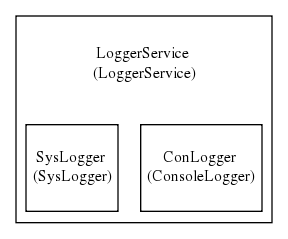
Above: Documentation/Images/FalconFastControlObjects_1.png in aneto0/Fast-Control-Falcon (Graphviz), before the change. Its source is kept beside it as Documentation/Images/FalconFastControlObjects_1.gv. The source it was exported from:
```dot
digraph G {
bgcolor=white
subgraph cluster_LoggerService {
label=<<TABLE border="0" cellborder="0"><TR><TD width="60" height="60"><font point-size="12">LoggerService <BR/>(LoggerService)</font></TD></TR></TABLE>>
LoggerServiceConLogger [margin=0, shape=record, style=filled, fillcolor=white, color=black,label=<<TABLE border="0" cellborder="0"><TR><TD width="60" height="60"><font point-size="12">ConLogger <BR/>(ConsoleLogger)</font></TD></TR></TABLE>>]
LoggerServiceSysLogger [margin=0, shape=record, style=filled, fillcolor=white, color=black,label=<<TABLE border="0" cellborder="0"><TR><TD width="60" height="60"><font point-size="12">SysLogger <BR/>(SysLogger)</font></TD></TR></TABLE>>]
}
}
```
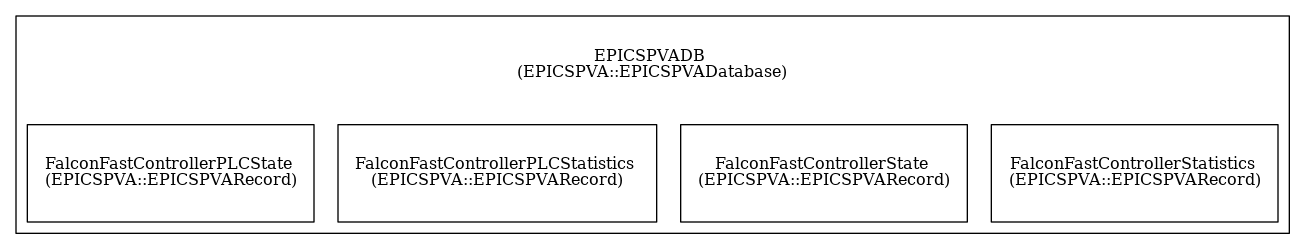
Later version of the same file.

Change to the diagram source:
```diff
@@ -1,8 +1,10 @@
 digraph G {
 bgcolor=white
-subgraph cluster_LoggerService {
-label=<<TABLE border="0" cellborder="0"><TR><TD width="60" height="60"><font point-size="12">LoggerService <BR/>(LoggerService)</font></TD></TR></TABLE>>
-LoggerServiceConLogger [margin=0, shape=record, style=filled, fillcolor=white, color=black,label=<<TABLE border="0" cellborder="0"><TR><TD width="60" height="60"><font point-size="12">ConLogger <BR/>(ConsoleLogger)</font></TD></TR></TABLE>>]
-LoggerServiceSysLogger [margin=0, shape=record, style=filled, fillcolor=white, color=black,label=<<TABLE border="0" cellborder="0"><TR><TD width="60" height="60"><font point-size="12">SysLogger <BR/>(SysLogger)</font></TD></TR></TABLE>>]
+subgraph cluster_EPICSPVADB {
+label=<<TABLE border="0" cellborder="0"><TR><TD width="60" height="60"><font point-size="12">EPICSPVADB <BR/>(EPICSPVA::EPICSPVADatabase)</font></TD></TR></TABLE>>
+EPICSPVADBFalconFastControllerStatistics [shape=record, style=filled, fillcolor=white, color=black,label=<<TABLE border="0" cellborder="0"><TR><TD width="60" height="60"><font point-size="12">FalconFastControllerStatistics <BR/>(EPICSPVA::EPICSPVARecord)</font></TD></TR></TABLE>>]
+EPICSPVADBFalconFastControllerState [shape=record, style=filled, fillcolor=white, color=black,label=<<TABLE border="0" cellborder="0"><TR><TD width="60" height="60"><font point-size="12">FalconFastControllerState <BR/>(EPICSPVA::EPICSPVARecord)</font></TD></TR></TABLE>>]
+EPICSPVADBFalconFastControllerPLCStatistics [shape=record, style=filled, fillcolor=white, color=black,label=<<TABLE border="0" cellborder="0"><TR><TD width="60" height="60"><font point-size="12">FalconFastControllerPLCStatistics <BR/>(EPICSPVA::EPICSPVARecord)</font></TD></TR></TABLE>>]
+EPICSPVADBFalconFastControllerPLCState [shape=record, style=filled, fillcolor=white, color=black,label=<<TABLE border="0" cellborder="0"><TR><TD width="60" height="60"><font point-size="12">FalconFastControllerPLCState <BR/>(EPICSPVA::EPICSPVARecord)</font></TD></TR></TABLE>>]
 }
 }
```
